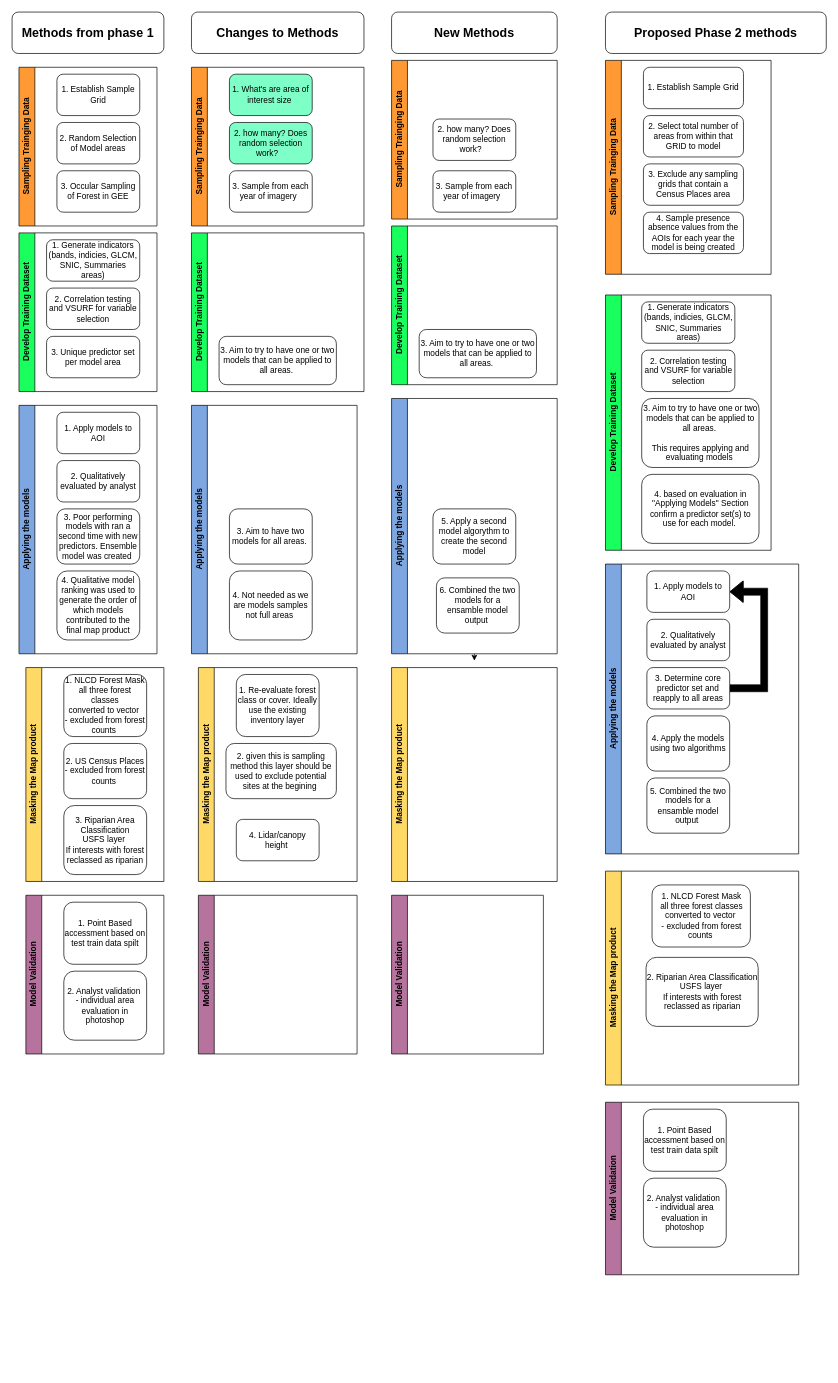
This is flowcharts/phase1_to_2_Methods.drawio from GeospatialCentroid/Agroforestry, a draw.io file, before an edit. Source tidied: cells renumbered, new cells numbered last; positions are measured from the earlier drawing's top-left corner, leaving out a move shared by most shapes. Both pictures are drawn from the tidied source at 69%, with x=0, y=0 at pixel (12, 12).
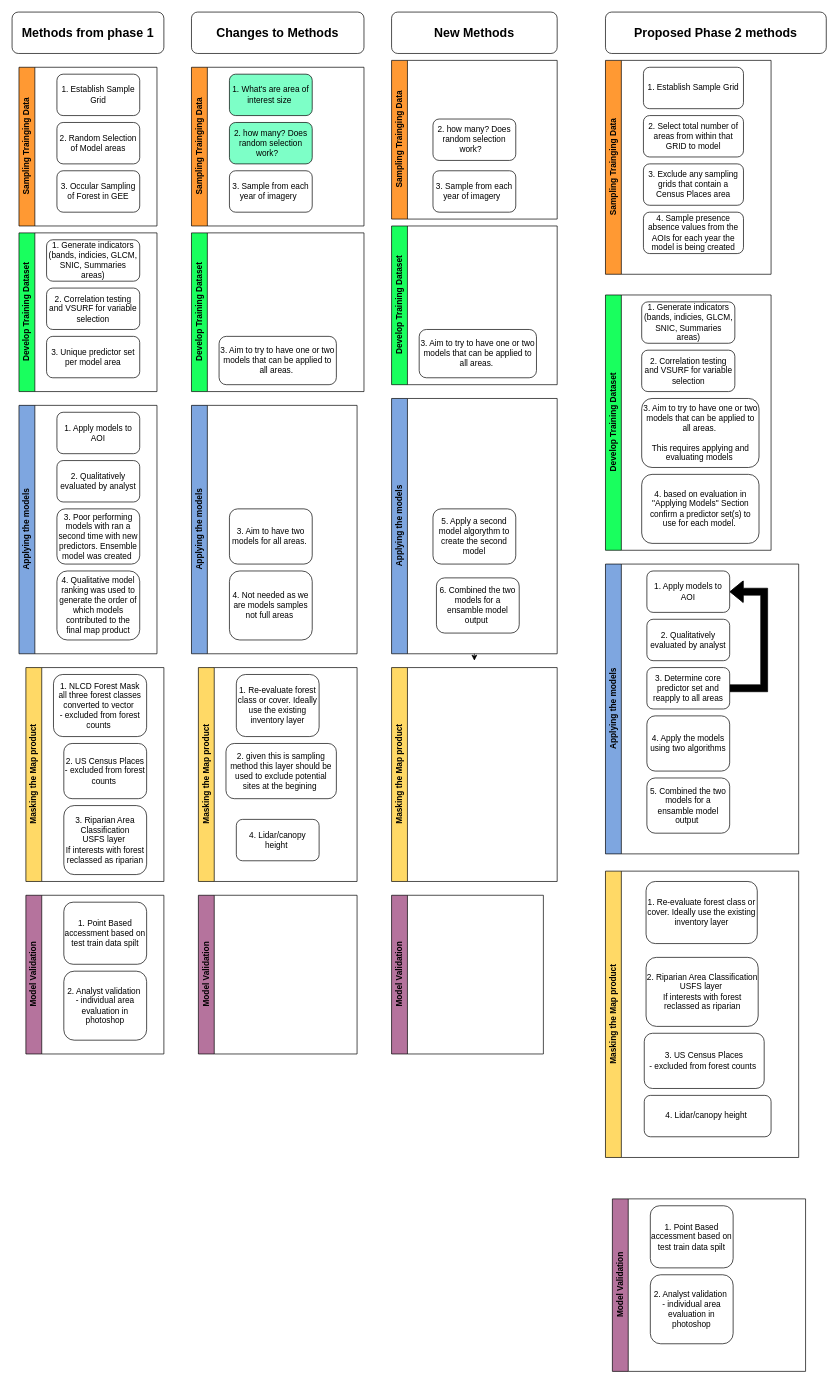
The same diagram, later.

Unchanged cells that the change refers to:
```xml
<mxCell id="14" value="Masking the Map product" style="swimlane;horizontal=0;whiteSpace=wrap;html=1;fillColor=#FFD966;" parent="1" vertex="1">
  <mxGeometry x="20" y="950" width="200" height="310" as="geometry" />
</mxCell>
```

Change to the diagram source:
```diff
@@
     <mxCell id="16" value="1. NLCD Forest Mask&lt;br&gt;all three forest classes&lt;br&gt;converted to vector&amp;nbsp;&lt;br&gt;- excluded from forest counts&amp;nbsp;" style="rounded=1;whiteSpace=wrap;html=1;" parent="14" vertex="1">
-      <mxGeometry x="55" y="10" width="120" height="90" as="geometry" />
+      <mxGeometry x="40" y="10" width="135" height="90" as="geometry" />
     </mxCell>
@@
     <mxCell id="67" value="Masking the Map product" style="swimlane;horizontal=0;whiteSpace=wrap;html=1;fillColor=#FFD966;" parent="1" vertex="1">
-      <mxGeometry x="860" y="1245" width="280" height="310" as="geometry" />
+      <mxGeometry x="860" y="1245" width="280" height="415" as="geometry" />
     </mxCell>
-    <mxCell id="68" value="1. NLCD Forest Mask&lt;br&gt;all three forest classes&lt;br&gt;converted to vector&amp;nbsp;&lt;br&gt;- excluded from forest counts&amp;nbsp;" style="rounded=1;whiteSpace=wrap;html=1;" parent="67" vertex="1">
-      <mxGeometry x="67.5" y="20" width="142.5" height="90" as="geometry" />
-    </mxCell>
@@
+    <mxCell id="74" value="1. Re-evaluate forest class or cover. Ideally use the existing inventory layer" style="rounded=1;whiteSpace=wrap;html=1;" parent="67" vertex="1">
+      <mxGeometry x="58.8" y="15" width="161.2" height="90" as="geometry" />
+    </mxCell>
+    <mxCell id="75" value="4. Lidar/canopy height&amp;nbsp;" style="rounded=1;whiteSpace=wrap;html=1;" parent="67" vertex="1">
+      <mxGeometry x="56.2" y="325" width="183.8" height="60" as="geometry" />
+    </mxCell>
+    <mxCell id="76" value="3. US Census Places&lt;br&gt;- excluded from forest counts&amp;nbsp;" style="rounded=1;whiteSpace=wrap;html=1;" parent="67" vertex="1">
+      <mxGeometry x="56.2" y="235" width="173.8" height="80" as="geometry" />
+    </mxCell>
@@
     <mxCell id="71" value="Model Validation" style="swimlane;horizontal=0;whiteSpace=wrap;html=1;fillColor=#B5739D;" parent="1" vertex="1">
-      <mxGeometry x="860" y="1580" width="280" height="250" as="geometry" />
+      <mxGeometry x="870" y="1720" width="280" height="250" as="geometry" />
     </mxCell>
```
